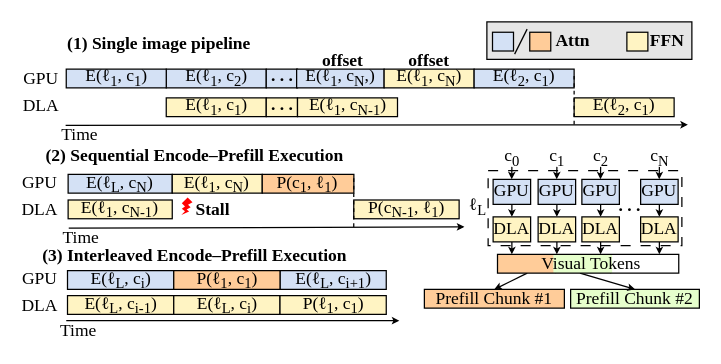
Above: figures/design_imgpipe.drawio in icszhr/hermes (draw.io), before the change. Source tidied: cells renumbered, new cells numbered last; positions are measured from the earlier drawing's top-left corner, leaving out a move shared by most shapes. Both pictures are drawn from the tidied source at 125%, with x=0, y=0 at pixel (24, 21).
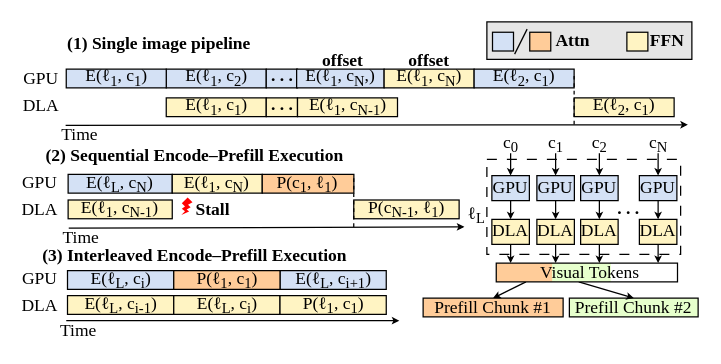
The same diagram, later.

The edit, as a diff of the source:
```diff
@@
     <mxCell id="3" style="rounded=0;whiteSpace=wrap;html=1;fillColor=none;dashed=1;dashPattern=8 8;fontSize=14;" parent="1" vertex="1">
-      <mxGeometry x="371" y="119" width="155" height="60" as="geometry" />
+      <mxGeometry x="370" y="110" width="155" height="76" as="geometry" />
     </mxCell>
@@
     <mxCell id="5" value="GPU" style="rounded=0;whiteSpace=wrap;html=1;fontFamily=Times New Roman;fillColor=#D4E1F5;fontSize=14;" parent="1" vertex="1">
-      <mxGeometry x="375" y="126" width="30" height="20" as="geometry" />
+      <mxGeometry x="374" y="123" width="30" height="20" as="geometry" />
     </mxCell>
     <mxCell id="6" style="rounded=0;jettySize=auto;html=1;endSize=3;fontFamily=Times New Roman;fontSize=14;" parent="1" edge="1" source="7">
       <mxGeometry relative="1" as="geometry">
-        <mxPoint x="390" y="186" as="targetPoint" />
+        <mxPoint x="389" y="193" as="targetPoint" />
       </mxGeometry>
     </mxCell>
     <mxCell id="7" value="DLA" style="rounded=0;whiteSpace=wrap;html=1;fontFamily=Times New Roman;fillColor=#FFF4C3;fontSize=14;" parent="1" vertex="1">
-      <mxGeometry x="375" y="156" width="30" height="20" as="geometry" />
+      <mxGeometry x="374" y="158" width="30" height="20" as="geometry" />
     </mxCell>
-    <mxCell id="8" style="rounded=0;orthogonalLoop=1;jettySize=auto;html=1;entryX=0.5;entryY=0;entryDx=0;entryDy=0;endSize=3;fontFamily=Times New Roman;fontSize=14;" parent="1" edge="1">
-      <mxGeometry relative="1" as="geometry">
-        <mxPoint x="390" y="116" as="sourcePoint" />
-        <mxPoint x="389.9" y="126" as="targetPoint" />
-      </mxGeometry>
+    <mxCell id="8" style="rounded=0;jettySize=auto;html=1;entryX=0.5;entryY=0;entryDx=0;entryDy=0;endSize=3;fontFamily=Times New Roman;fontSize=14;exitX=0.5;exitY=1;exitDx=0;exitDy=0;" parent="1" edge="1" source="9" target="5">
+      <mxGeometry relative="1" as="geometry" />
     </mxCell>
     <mxCell id="9" value="c&lt;sub&gt;0&lt;/sub&gt;" style="text;html=1;whiteSpace=wrap;strokeColor=none;fillColor=none;align=center;verticalAlign=middle;rounded=0;fontFamily=Times New Roman;fontSize=14;" parent="1" vertex="1">
-      <mxGeometry x="372.5" y="99" width="35" height="20" as="geometry" />
+      <mxGeometry x="371.5" y="90" width="35" height="15" as="geometry" />
     </mxCell>
     <mxCell id="10" value="ℓ&lt;sub&gt;L&lt;/sub&gt;" style="text;html=1;whiteSpace=wrap;strokeColor=none;fillColor=none;align=center;verticalAlign=middle;rounded=0;fontFamily=Times New Roman;fontSize=14;" parent="1" vertex="1">
-      <mxGeometry x="352.5" y="137.5" width="20" height="20" as="geometry" />
+      <mxGeometry x="351.5" y="144.5" width="20" height="20" as="geometry" />
     </mxCell>
@@
     <mxCell id="12" value="GPU" style="rounded=0;whiteSpace=wrap;html=1;fontFamily=Times New Roman;fillColor=#D4E1F5;fontSize=14;" parent="1" vertex="1">
-      <mxGeometry x="411" y="126" width="30" height="20" as="geometry" />
+      <mxGeometry x="410" y="123" width="30" height="20" as="geometry" />
     </mxCell>
     <mxCell id="13" style="rounded=0;jettySize=auto;html=1;endSize=3;fontFamily=Times New Roman;fontSize=14;" parent="1" edge="1" source="14">
       <mxGeometry relative="1" as="geometry">
-        <mxPoint x="426" y="186" as="targetPoint" />
+        <mxPoint x="425" y="193" as="targetPoint" />
       </mxGeometry>
     </mxCell>
     <mxCell id="14" value="DLA" style="rounded=0;whiteSpace=wrap;html=1;fontFamily=Times New Roman;fillColor=#FFF4C3;fontSize=14;" parent="1" vertex="1">
-      <mxGeometry x="411" y="156" width="30" height="20" as="geometry" />
+      <mxGeometry x="410" y="158" width="30" height="20" as="geometry" />
     </mxCell>
-    <mxCell id="15" style="rounded=0;orthogonalLoop=1;jettySize=auto;html=1;entryX=0.5;entryY=0;entryDx=0;entryDy=0;endSize=3;fontFamily=Times New Roman;fontSize=14;" parent="1" edge="1">
-      <mxGeometry relative="1" as="geometry">
-        <mxPoint x="426" y="116" as="sourcePoint" />
-        <mxPoint x="425.9" y="126" as="targetPoint" />
-      </mxGeometry>
+    <mxCell id="15" style="rounded=0;jettySize=auto;html=1;entryX=0.5;entryY=0;entryDx=0;entryDy=0;endSize=3;fontFamily=Times New Roman;fontSize=14;exitX=0.5;exitY=1;exitDx=0;exitDy=0;" parent="1" edge="1" source="16" target="12">
+      <mxGeometry relative="1" as="geometry" />
     </mxCell>
     <mxCell id="16" value="c&lt;sub&gt;1&lt;/sub&gt;" style="text;html=1;whiteSpace=wrap;strokeColor=none;fillColor=none;align=center;verticalAlign=middle;rounded=0;fontFamily=Times New Roman;fontSize=14;" parent="1" vertex="1">
-      <mxGeometry x="408.5" y="99" width="35" height="20" as="geometry" />
+      <mxGeometry x="407.5" y="90" width="35" height="15" as="geometry" />
     </mxCell>
@@
     <mxCell id="18" value="GPU" style="rounded=0;whiteSpace=wrap;html=1;fontFamily=Times New Roman;fillColor=#D4E1F5;fontSize=14;" parent="1" vertex="1">
-      <mxGeometry x="493" y="126" width="30" height="20" as="geometry" />
+      <mxGeometry x="492" y="123" width="30" height="20" as="geometry" />
     </mxCell>
     <mxCell id="19" style="rounded=0;jettySize=auto;html=1;endSize=3;fontFamily=Times New Roman;fontSize=14;" parent="1" edge="1" source="20">
       <mxGeometry relative="1" as="geometry">
-        <mxPoint x="508" y="186" as="targetPoint" />
+        <mxPoint x="507" y="193" as="targetPoint" />
       </mxGeometry>
     </mxCell>
     <mxCell id="20" value="DLA" style="rounded=0;whiteSpace=wrap;html=1;fontFamily=Times New Roman;fillColor=#FFF4C3;fontSize=14;" parent="1" vertex="1">
-      <mxGeometry x="493" y="156" width="30" height="20" as="geometry" />
+      <mxGeometry x="492" y="158" width="30" height="20" as="geometry" />
     </mxCell>
-    <mxCell id="21" style="rounded=0;orthogonalLoop=1;jettySize=auto;html=1;entryX=0.5;entryY=0;entryDx=0;entryDy=0;endSize=3;fontFamily=Times New Roman;fontSize=14;" parent="1" edge="1">
-      <mxGeometry relative="1" as="geometry">
-        <mxPoint x="508" y="116" as="sourcePoint" />
-        <mxPoint x="507.9" y="126" as="targetPoint" />
-      </mxGeometry>
+    <mxCell id="21" style="rounded=0;jettySize=auto;html=1;entryX=0.5;entryY=0;entryDx=0;entryDy=0;endSize=3;fontFamily=Times New Roman;fontSize=14;exitX=0.5;exitY=1;exitDx=0;exitDy=0;" parent="1" edge="1" source="22" target="18">
+      <mxGeometry relative="1" as="geometry" />
     </mxCell>
     <mxCell id="22" value="c&lt;sub&gt;N&lt;/sub&gt;" style="text;html=1;whiteSpace=wrap;strokeColor=none;fillColor=none;align=center;verticalAlign=middle;rounded=0;fontFamily=Times New Roman;fontSize=14;" parent="1" vertex="1">
-      <mxGeometry x="490.5" y="99" width="35" height="20" as="geometry" />
+      <mxGeometry x="489.5" y="90" width="35" height="15" as="geometry" />
     </mxCell>
     <mxCell id="23" value="&lt;b&gt;. . .&lt;/b&gt;" style="text;html=1;whiteSpace=wrap;strokeColor=none;fillColor=none;align=center;verticalAlign=middle;rounded=0;fontFamily=Times New Roman;fontSize=14;" parent="1" vertex="1">
-      <mxGeometry x="471" y="143" width="27" height="10" as="geometry" />
+      <mxGeometry x="470.1" y="144.5" width="27" height="10" as="geometry" />
     </mxCell>
     <mxCell id="24" style="endArrow=none;html=1;rounded=0;entryX=0.362;entryY=0.026;entryDx=0;entryDy=0;entryPerimeter=0;exitX=0.363;exitY=0.997;exitDx=0;exitDy=0;exitPerimeter=0;dashed=1;fontSize=14;" parent="1" edge="1">
       <mxGeometry relative="1" as="geometry">
-        <mxPoint x="425" y="201" as="sourcePoint" />
-        <mxPoint x="424.8" y="186.4" as="targetPoint" />
+        <mxPoint x="424" y="208" as="sourcePoint" />
+        <mxPoint x="423.8" y="193.4" as="targetPoint" />
       </mxGeometry>
     </mxCell>
@@
     <mxCell id="26" value="GPU" style="rounded=0;whiteSpace=wrap;html=1;fontFamily=Times New Roman;fillColor=#D4E1F5;fontSize=14;" parent="1" vertex="1">
-      <mxGeometry x="446" y="126" width="30" height="20" as="geometry" />
+      <mxGeometry x="445" y="123" width="30" height="20" as="geometry" />
     </mxCell>
     <mxCell id="27" style="rounded=0;jettySize=auto;html=1;endSize=3;fontFamily=Times New Roman;fontSize=14;" parent="1" edge="1" source="28">
       <mxGeometry relative="1" as="geometry">
-        <mxPoint x="461" y="186" as="targetPoint" />
+        <mxPoint x="460" y="193" as="targetPoint" />
       </mxGeometry>
     </mxCell>
     <mxCell id="28" value="DLA" style="rounded=0;whiteSpace=wrap;html=1;fontFamily=Times New Roman;fillColor=#FFF4C3;fontSize=14;" parent="1" vertex="1">
-      <mxGeometry x="446" y="156" width="30" height="20" as="geometry" />
+      <mxGeometry x="445" y="158" width="30" height="20" as="geometry" />
     </mxCell>
-    <mxCell id="29" style="rounded=0;orthogonalLoop=1;jettySize=auto;html=1;entryX=0.5;entryY=0;entryDx=0;entryDy=0;endSize=3;fontFamily=Times New Roman;fontSize=14;" parent="1" edge="1">
-      <mxGeometry relative="1" as="geometry">
-        <mxPoint x="461" y="116" as="sourcePoint" />
-        <mxPoint x="460.9" y="126" as="targetPoint" />
-      </mxGeometry>
+    <mxCell id="29" style="rounded=0;jettySize=auto;html=1;entryX=0.5;entryY=0;entryDx=0;entryDy=0;endSize=3;fontFamily=Times New Roman;fontSize=14;exitX=0.5;exitY=1;exitDx=0;exitDy=0;" parent="1" edge="1" source="30" target="26">
+      <mxGeometry relative="1" as="geometry" />
     </mxCell>
     <mxCell id="30" value="c&lt;sub&gt;2&lt;/sub&gt;" style="text;html=1;whiteSpace=wrap;strokeColor=none;fillColor=none;align=center;verticalAlign=middle;rounded=0;fontFamily=Times New Roman;fontSize=14;" parent="1" vertex="1">
-      <mxGeometry x="443.5" y="99" width="35" height="20" as="geometry" />
+      <mxGeometry x="442.5" y="90" width="35" height="15" as="geometry" />
     </mxCell>
     <mxCell id="31" value="Prefill Chunk #1" style="rounded=0;whiteSpace=wrap;html=1;fontFamily=Times New Roman;fillColor=#FFCC99;fontSize=14;" parent="1" vertex="1">
-      <mxGeometry x="320" y="214" width="112" height="15" as="geometry" />
+      <mxGeometry x="319" y="221" width="112" height="15" as="geometry" />
     </mxCell>
     <mxCell id="32" style="endArrow=none;html=1;rounded=0;entryX=0.362;entryY=0.026;entryDx=0;entryDy=0;entryPerimeter=0;exitX=0.363;exitY=0.997;exitDx=0;exitDy=0;exitPerimeter=0;dashed=1;fontSize=14;" parent="1" edge="1">
       <mxGeometry relative="1" as="geometry">
-        <mxPoint x="469" y="201" as="sourcePoint" />
-        <mxPoint x="469" y="186" as="targetPoint" />
+        <mxPoint x="468" y="208" as="sourcePoint" />
+        <mxPoint x="468" y="193" as="targetPoint" />
       </mxGeometry>
     </mxCell>
     <mxCell id="33" value="Prefill Chunk #2" style="rounded=0;whiteSpace=wrap;html=1;fontFamily=Times New Roman;fillColor=#E6FFCC;fontSize=14;" parent="1" vertex="1">
-      <mxGeometry x="437" y="214" width="103" height="15" as="geometry" />
+      <mxGeometry x="436" y="221" width="103" height="15" as="geometry" />
     </mxCell>
@@
     <mxCell id="47" style="rounded=0;whiteSpace=wrap;html=1;fillColor=#FFCC99;strokeColor=none;fontSize=14;" parent="1" vertex="1">
-      <mxGeometry x="378.5" y="186" width="47" height="15" as="geometry" />
+      <mxGeometry x="377.5" y="193" width="47" height="15" as="geometry" />
     </mxCell>
     <mxCell id="48" style="rounded=0;whiteSpace=wrap;html=1;fillColor=#E6FFCC;strokeColor=none;fontSize=14;" parent="1" vertex="1">
-      <mxGeometry x="423.2" y="186" width="47" height="15" as="geometry" />
+      <mxGeometry x="422.2" y="193" width="47" height="15" as="geometry" />
     </mxCell>
     <mxCell id="49" style="rounded=0;whiteSpace=wrap;html=1;align=right;fillColor=none;fontSize=14;" parent="1" vertex="1">
-      <mxGeometry x="378.5" y="186" width="145" height="15" as="geometry" />
+      <mxGeometry x="377.5" y="193" width="145" height="15" as="geometry" />
     </mxCell>
     <mxCell id="50" value="&lt;span style=&quot;color: rgb(0, 0, 0); font-family: &amp;quot;Times New Roman&amp;quot;; font-style: normal; font-variant-ligatures: normal; font-variant-caps: normal; font-weight: 400; letter-spacing: normal; orphans: 2; text-align: right; text-indent: 0px; text-transform: none; widows: 2; word-spacing: 0px; -webkit-text-stroke-width: 0px; white-space: normal; text-decoration-thickness: initial; text-decoration-style: initial; text-decoration-color: initial; float: none; display: inline !important;&quot;&gt;Visual Tokens&lt;/span&gt;" style="text;whiteSpace=wrap;html=1;labelBackgroundColor=none;spacing=0;spacingTop=-2;fontSize=14;" parent="1" vertex="1">
-      <mxGeometry x="413.8" y="182" width="84.2" height="20" as="geometry" />
+      <mxGeometry x="412.8" y="189" width="84.2" height="20" as="geometry" />
     </mxCell>
```
